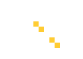
FranklinONP/EDD_PROYECTO_202200089 keeps this Graphviz diagram as Fase2_EDD/Logrado.png. Above is the earlier version. Its source is kept beside it as Fase2_EDD/Logrado.dot.
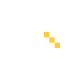
The same diagram one commit later.

Change to the diagram source:
```diff
@@ -24,17 +24,8 @@
       <tr>
         <td></td>
         <td></td>
-        <td bgcolor="#FFCC33"></td>
         <td></td>
         <td></td>
-        <td></td>
-        <td></td>
-      </tr>
-      <tr>
-        <td></td>
-        <td></td>
-        <td></td>
-        <td bgcolor="#FFCC33"></td>
         <td></td>
         <td></td>
         <td></td>
@@ -45,6 +36,15 @@
         <td></td>
         <td></td>
         <td></td>
+        <td></td>
+        <td></td>
+      </tr>
+      <tr>
+        <td></td>
+        <td></td>
+        <td></td>
+        <td></td>
+        <td bgcolor="#FFCC33"></td>
         <td></td>
         <td></td>
       </tr>
```
